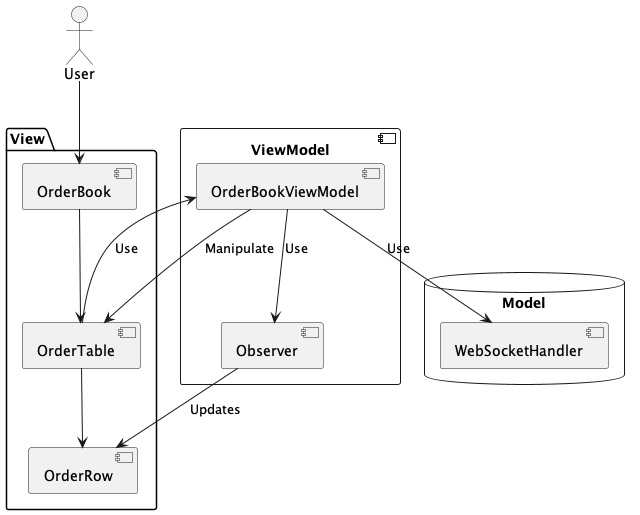
Above: architecture-uml.png in Evgeny81/order-books (PlantUML), before the change. Source of this version:
```plantuml
@startuml
actor User

package "View" {
  [OrderBook]
  [OrderTable]
  [OrderRow]
}

database "Model" {
  [WebSocketHandler]
}

component "ViewModel" {
  [OrderBookViewModel]
  [Observer]
}

User --> [OrderBook]
[OrderBook] --> [OrderTable]
[OrderTable] --> [OrderRow]

[OrderTable] --> [OrderBookViewModel] : Use

[OrderBookViewModel] --> [OrderTable] : Manipulate
[OrderBookViewModel] --> [WebSocketHandler] : Use
[OrderBookViewModel] --> [Observer] : Use

[Observer] --> [OrderRow] : Updates

@enduml
```
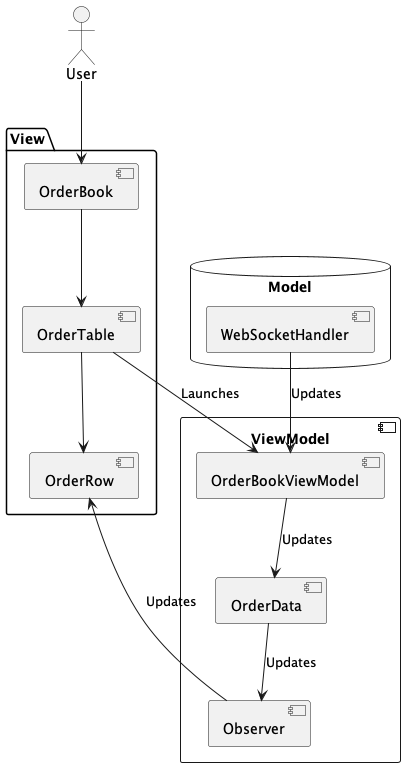
Above is the later version.

Commit message:
Move OrderData to separate file

The edit, as a diff of the source:
```diff
@@ -13,18 +13,19 @@
 
 component "ViewModel" {
   [OrderBookViewModel]
+  [OrderData]
   [Observer]
 }
 
 User --> [OrderBook]
 [OrderBook] --> [OrderTable]
 [OrderTable] --> [OrderRow]
+[OrderTable] --> [OrderBookViewModel] : Launches
 
-[OrderTable] --> [OrderBookViewModel] : Use
+[OrderBookViewModel] --> [OrderData] : Updates
 
-[OrderBookViewModel] --> [OrderTable] : Manipulate
-[OrderBookViewModel] --> [WebSocketHandler] : Use
-[OrderBookViewModel] --> [Observer] : Use
+[WebSocketHandler] --> [OrderBookViewModel] : Updates
+[OrderData] --> [Observer] : Updates
 
 [Observer] --> [OrderRow] : Updates
 
```
